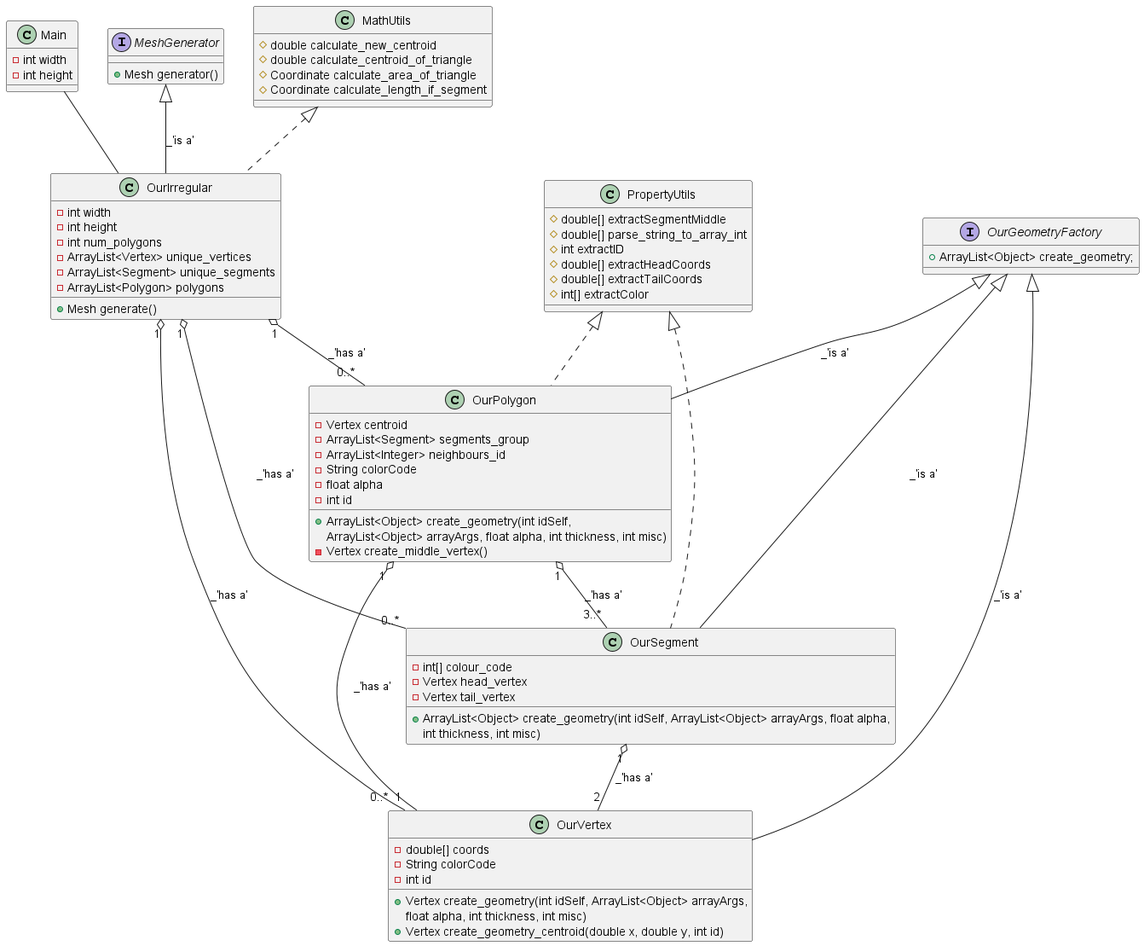
Before: class_diagrams/3generator.png, a diagram exported from PlantUML (BaoGeist/Island-Mesh-Generation).
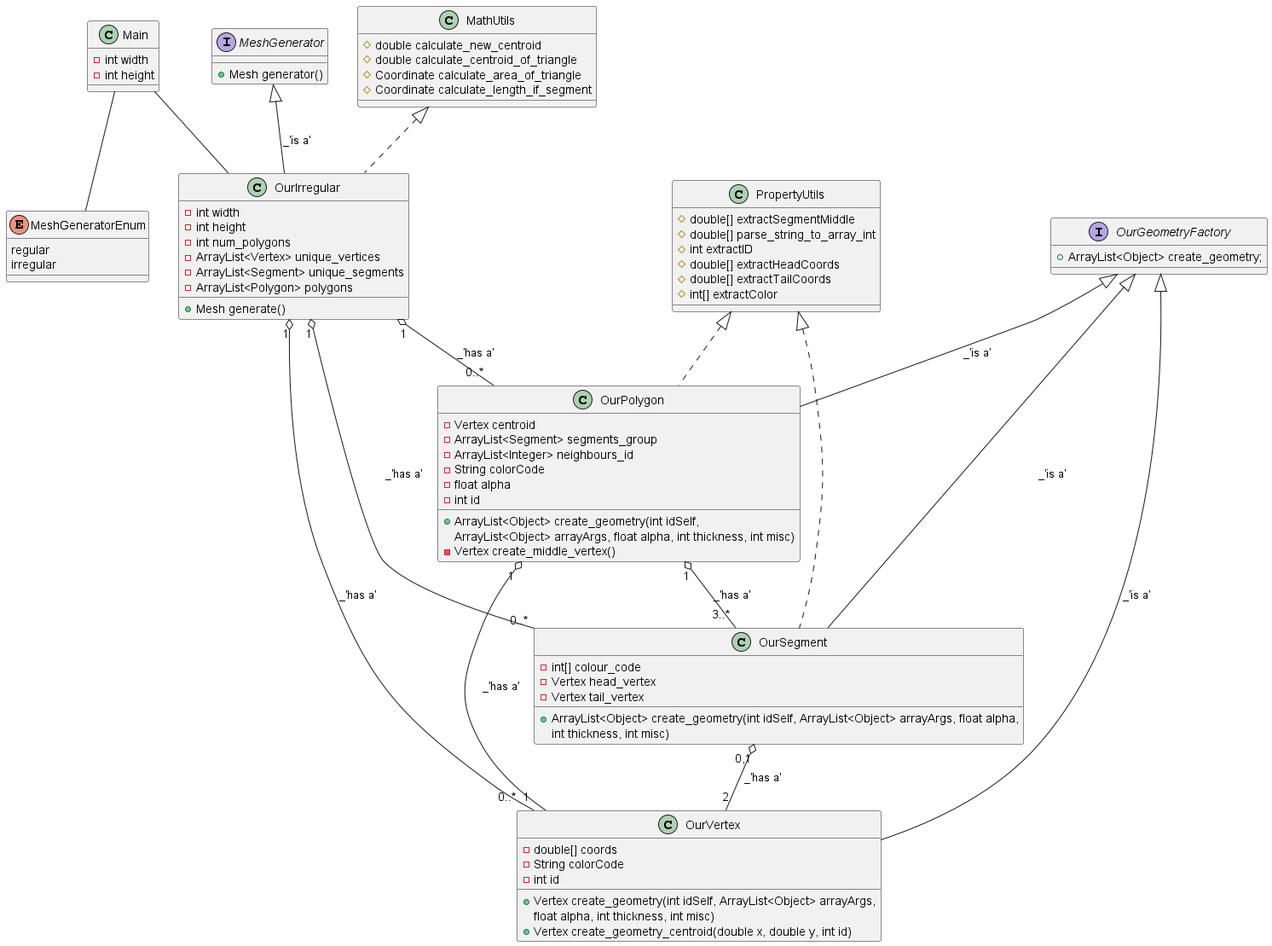
After the change.

Change to the diagram source:
```diff
@@ -20,6 +20,13 @@
     +Mesh generate()
 }
 Main -- OurIrregular
+
+enum MeshGeneratorEnum {
+    regular
+    irregular
+}
+Main -- MeshGeneratorEnum
+
 
 interface OurGeometryFactory {
     +ArrayList<Object> create_geometry;
@@ -62,7 +69,7 @@
         +Vertex create_geometry_centroid(double x, double y, int id)
     }
     OurGeometryFactory <|-- OurVertex: _'is a'
-    OurSegment "1" o-- "2" OurVertex: _'has a'
+    OurSegment "0,1" o-- "2" OurVertex: _'has a'
     OurIrregular "1" o-- "0..*" OurVertex: _'has a'
 
     class PropertyUtils {
```
